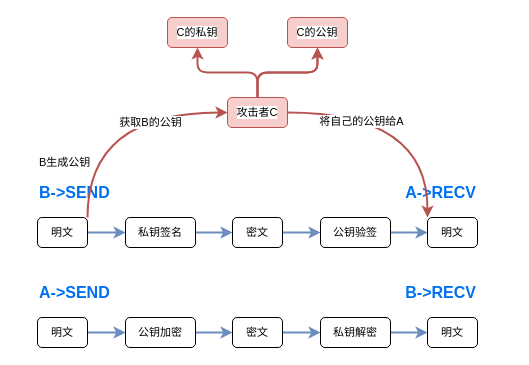
This is 非对称加密攻击图.drawio from Sagi-Rastar/SagiDrawio_public, a draw.io file, before an edit. Source tidied: cells renumbered, new cells numbered last; positions are measured from the earlier drawing's top-left corner, leaving out a move shared by most shapes. Both pictures are drawn from the tidied source at 100%, with x=0, y=0 at pixel (37, 17).
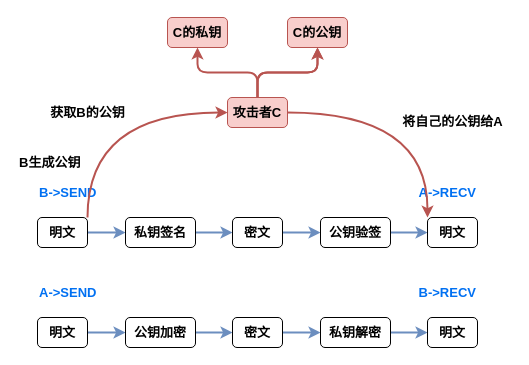
After the change.

Commit message:
更新非对称加密攻击图.drawio

Diff of the diagram source:
```diff
@@
-    <mxCell id="2" style="edgeStyle=orthogonalEdgeStyle;shape=connector;curved=0;rounded=1;jettySize=auto;html=1;shadow=0;strokeColor=#6c8ebf;strokeWidth=1.9685;align=center;verticalAlign=middle;fontFamily=Helvetica;fontSize=11;fontColor=default;labelBackgroundColor=default;endArrow=classic;fillColor=#dae8fc;" parent="1" edge="1" source="3" target="5">
+    <mxCell id="2" style="edgeStyle=orthogonalEdgeStyle;shape=connector;curved=0;rounded=1;jettySize=auto;html=1;shadow=0;strokeColor=#6c8ebf;strokeWidth=1.9685;align=center;verticalAlign=middle;fontFamily=Helvetica;fontSize=13;fontColor=default;labelBackgroundColor=none;endArrow=classic;fillColor=#dae8fc;fontStyle=1;" parent="1" edge="1" source="3" target="5">
       <mxGeometry relative="1" as="geometry" />
     </mxCell>
-    <mxCell id="3" value="明文" style="rounded=1;whiteSpace=wrap;html=1;fontFamily=Helvetica;fontSize=11;fontColor=default;labelBackgroundColor=default;strokeColor=default;align=center;verticalAlign=middle;fillColor=default;" parent="1" vertex="1">
+    <mxCell id="3" value="明文" style="rounded=1;whiteSpace=wrap;html=1;fontFamily=Helvetica;fontSize=13;fontColor=default;labelBackgroundColor=none;strokeColor=default;align=center;verticalAlign=middle;fillColor=default;fontStyle=1;" parent="1" vertex="1">
       <mxGeometry y="300" width="50" height="30" as="geometry" />
     </mxCell>
-    <mxCell id="4" style="edgeStyle=orthogonalEdgeStyle;shape=connector;curved=0;rounded=1;jettySize=auto;html=1;shadow=0;strokeColor=#6c8ebf;strokeWidth=1.9685;align=center;verticalAlign=middle;fontFamily=Helvetica;fontSize=11;fontColor=default;labelBackgroundColor=default;endArrow=classic;fillColor=#dae8fc;" parent="1" edge="1" source="5" target="7">
+    <mxCell id="4" style="edgeStyle=orthogonalEdgeStyle;shape=connector;curved=0;rounded=1;jettySize=auto;html=1;shadow=0;strokeColor=#6c8ebf;strokeWidth=1.9685;align=center;verticalAlign=middle;fontFamily=Helvetica;fontSize=13;fontColor=default;labelBackgroundColor=none;endArrow=classic;fillColor=#dae8fc;fontStyle=1;" parent="1" edge="1" source="5" target="7">
       <mxGeometry relative="1" as="geometry" />
     </mxCell>
-    <mxCell id="5" value="公钥加密" style="whiteSpace=wrap;html=1;fontSize=11;rounded=1;labelBackgroundColor=default;strokeColor=default;align=center;verticalAlign=middle;fontFamily=Helvetica;fontColor=default;fillColor=default;" parent="1" vertex="1">
+    <mxCell id="5" value="公钥加密" style="whiteSpace=wrap;html=1;fontSize=13;rounded=1;labelBackgroundColor=none;strokeColor=default;align=center;verticalAlign=middle;fontFamily=Helvetica;fontColor=default;fillColor=default;fontStyle=1;" parent="1" vertex="1">
       <mxGeometry x="88" y="300" width="70" height="30" as="geometry" />
     </mxCell>
-    <mxCell id="6" style="edgeStyle=orthogonalEdgeStyle;shape=connector;curved=0;rounded=1;jettySize=auto;html=1;shadow=0;strokeColor=#6c8ebf;strokeWidth=1.9685;align=center;verticalAlign=middle;fontFamily=Helvetica;fontSize=11;fontColor=default;labelBackgroundColor=default;endArrow=classic;fillColor=#dae8fc;" parent="1" edge="1" source="7" target="9">
+    <mxCell id="6" style="edgeStyle=orthogonalEdgeStyle;shape=connector;curved=0;rounded=1;jettySize=auto;html=1;shadow=0;strokeColor=#6c8ebf;strokeWidth=1.9685;align=center;verticalAlign=middle;fontFamily=Helvetica;fontSize=13;fontColor=default;labelBackgroundColor=none;endArrow=classic;fillColor=#dae8fc;fontStyle=1;" parent="1" edge="1" source="7" target="9">
       <mxGeometry relative="1" as="geometry" />
     </mxCell>
-    <mxCell id="7" value="密文" style="whiteSpace=wrap;html=1;fontSize=11;rounded=1;labelBackgroundColor=default;strokeColor=default;align=center;verticalAlign=middle;fontFamily=Helvetica;fontColor=default;fillColor=default;" parent="1" vertex="1">
+    <mxCell id="7" value="密文" style="whiteSpace=wrap;html=1;fontSize=13;rounded=1;labelBackgroundColor=none;strokeColor=default;align=center;verticalAlign=middle;fontFamily=Helvetica;fontColor=default;fillColor=default;fontStyle=1;" parent="1" vertex="1">
       <mxGeometry x="195" y="300" width="50" height="30" as="geometry" />
     </mxCell>
-    <mxCell id="8" style="edgeStyle=orthogonalEdgeStyle;shape=connector;curved=0;rounded=1;jettySize=auto;html=1;shadow=0;strokeColor=#6c8ebf;strokeWidth=1.9685;align=center;verticalAlign=middle;fontFamily=Helvetica;fontSize=11;fontColor=default;labelBackgroundColor=default;endArrow=classic;fillColor=#dae8fc;" parent="1" edge="1" source="9" target="10">
+    <mxCell id="8" style="edgeStyle=orthogonalEdgeStyle;shape=connector;curved=0;rounded=1;jettySize=auto;html=1;shadow=0;strokeColor=#6c8ebf;strokeWidth=1.9685;align=center;verticalAlign=middle;fontFamily=Helvetica;fontSize=13;fontColor=default;labelBackgroundColor=none;endArrow=classic;fillColor=#dae8fc;fontStyle=1;" parent="1" edge="1" source="9" target="10">
       <mxGeometry relative="1" as="geometry" />
     </mxCell>
-    <mxCell id="9" value="私钥解密" style="whiteSpace=wrap;html=1;fontSize=11;rounded=1;labelBackgroundColor=default;strokeColor=default;align=center;verticalAlign=middle;fontFamily=Helvetica;fontColor=default;fillColor=default;" parent="1" vertex="1">
+    <mxCell id="9" value="私钥解密" style="whiteSpace=wrap;html=1;fontSize=13;rounded=1;labelBackgroundColor=none;strokeColor=default;align=center;verticalAlign=middle;fontFamily=Helvetica;fontColor=default;fillColor=default;fontStyle=1;" parent="1" vertex="1">
       <mxGeometry x="283" y="300" width="70" height="30" as="geometry" />
     </mxCell>
-    <mxCell id="10" value="明文" style="whiteSpace=wrap;html=1;fontSize=11;rounded=1;labelBackgroundColor=default;strokeColor=default;align=center;verticalAlign=middle;fontFamily=Helvetica;fontColor=default;fillColor=default;" parent="1" vertex="1">
+    <mxCell id="10" value="明文" style="whiteSpace=wrap;html=1;fontSize=13;rounded=1;labelBackgroundColor=none;strokeColor=default;align=center;verticalAlign=middle;fontFamily=Helvetica;fontColor=default;fillColor=default;fontStyle=1;" parent="1" vertex="1">
       <mxGeometry x="390" y="300" width="50" height="30" as="geometry" />
     </mxCell>
-    <mxCell id="11" style="edgeStyle=orthogonalEdgeStyle;shape=connector;curved=0;rounded=1;jettySize=auto;html=1;shadow=0;strokeColor=#6c8ebf;strokeWidth=1.9685;align=center;verticalAlign=middle;fontFamily=Helvetica;fontSize=11;fontColor=default;labelBackgroundColor=default;endArrow=classic;fillColor=#dae8fc;" parent="1" edge="1" source="12" target="14">
+    <mxCell id="11" style="edgeStyle=orthogonalEdgeStyle;shape=connector;curved=0;rounded=1;jettySize=auto;html=1;shadow=0;strokeColor=#6c8ebf;strokeWidth=1.9685;align=center;verticalAlign=middle;fontFamily=Helvetica;fontSize=13;fontColor=default;labelBackgroundColor=none;endArrow=classic;fillColor=#dae8fc;fontStyle=1;" parent="1" edge="1" source="12" target="14">
       <mxGeometry relative="1" as="geometry" />
     </mxCell>
-    <mxCell id="12" value="明文" style="rounded=1;whiteSpace=wrap;html=1;fontFamily=Helvetica;fontSize=11;fontColor=default;labelBackgroundColor=default;strokeColor=default;align=center;verticalAlign=middle;fillColor=default;" parent="1" vertex="1">
+    <mxCell id="12" value="明文" style="rounded=1;whiteSpace=wrap;html=1;fontFamily=Helvetica;fontSize=13;fontColor=default;labelBackgroundColor=none;strokeColor=default;align=center;verticalAlign=middle;fillColor=default;fontStyle=1;" parent="1" vertex="1">
       <mxGeometry y="200" width="50" height="30" as="geometry" />
     </mxCell>
-    <mxCell id="13" style="edgeStyle=orthogonalEdgeStyle;shape=connector;curved=0;rounded=1;jettySize=auto;html=1;shadow=0;strokeColor=#6c8ebf;strokeWidth=1.9685;align=center;verticalAlign=middle;fontFamily=Helvetica;fontSize=11;fontColor=default;labelBackgroundColor=default;endArrow=classic;fillColor=#dae8fc;" parent="1" edge="1" source="14" target="16">
+    <mxCell id="13" style="edgeStyle=orthogonalEdgeStyle;shape=connector;curved=0;rounded=1;jettySize=auto;html=1;shadow=0;strokeColor=#6c8ebf;strokeWidth=1.9685;align=center;verticalAlign=middle;fontFamily=Helvetica;fontSize=13;fontColor=default;labelBackgroundColor=none;endArrow=classic;fillColor=#dae8fc;fontStyle=1;" parent="1" edge="1" source="14" target="16">
       <mxGeometry relative="1" as="geometry" />
     </mxCell>
-    <mxCell id="14" value="私钥签名" style="whiteSpace=wrap;html=1;fontSize=11;rounded=1;labelBackgroundColor=default;strokeColor=default;align=center;verticalAlign=middle;fontFamily=Helvetica;fontColor=default;fillColor=default;" parent="1" vertex="1">
+    <mxCell id="14" value="私钥签名" style="whiteSpace=wrap;html=1;fontSize=13;rounded=1;labelBackgroundColor=none;strokeColor=default;align=center;verticalAlign=middle;fontFamily=Helvetica;fontColor=default;fillColor=default;fontStyle=1;" parent="1" vertex="1">
       <mxGeometry x="88" y="200" width="70" height="30" as="geometry" />
     </mxCell>
-    <mxCell id="15" style="edgeStyle=orthogonalEdgeStyle;shape=connector;curved=0;rounded=1;jettySize=auto;html=1;shadow=0;strokeColor=#6c8ebf;strokeWidth=1.9685;align=center;verticalAlign=middle;fontFamily=Helvetica;fontSize=11;fontColor=default;labelBackgroundColor=default;endArrow=classic;fillColor=#dae8fc;" parent="1" edge="1" source="16" target="18">
+    <mxCell id="15" style="edgeStyle=orthogonalEdgeStyle;shape=connector;curved=0;rounded=1;jettySize=auto;html=1;shadow=0;strokeColor=#6c8ebf;strokeWidth=1.9685;align=center;verticalAlign=middle;fontFamily=Helvetica;fontSize=13;fontColor=default;labelBackgroundColor=none;endArrow=classic;fillColor=#dae8fc;fontStyle=1;" parent="1" edge="1" source="16" target="18">
       <mxGeometry relative="1" as="geometry" />
     </mxCell>
-    <mxCell id="16" value="密文" style="whiteSpace=wrap;html=1;fontSize=11;rounded=1;labelBackgroundColor=default;strokeColor=default;align=center;verticalAlign=middle;fontFamily=Helvetica;fontColor=default;fillColor=default;" parent="1" vertex="1">
+    <mxCell id="16" value="密文" style="whiteSpace=wrap;html=1;fontSize=13;rounded=1;labelBackgroundColor=none;strokeColor=default;align=center;verticalAlign=middle;fontFamily=Helvetica;fontColor=default;fillColor=default;fontStyle=1;" parent="1" vertex="1">
       <mxGeometry x="195" y="200" width="50" height="30" as="geometry" />
     </mxCell>
-    <mxCell id="17" style="edgeStyle=orthogonalEdgeStyle;shape=connector;curved=0;rounded=1;jettySize=auto;html=1;shadow=0;strokeColor=#6c8ebf;strokeWidth=1.9685;align=center;verticalAlign=middle;fontFamily=Helvetica;fontSize=11;fontColor=default;labelBackgroundColor=default;endArrow=classic;fillColor=#dae8fc;" parent="1" edge="1" source="18" target="19">
+    <mxCell id="17" style="edgeStyle=orthogonalEdgeStyle;shape=connector;curved=0;rounded=1;jettySize=auto;html=1;shadow=0;strokeColor=#6c8ebf;strokeWidth=1.9685;align=center;verticalAlign=middle;fontFamily=Helvetica;fontSize=13;fontColor=default;labelBackgroundColor=none;endArrow=classic;fillColor=#dae8fc;fontStyle=1;" parent="1" edge="1" source="18" target="19">
       <mxGeometry relative="1" as="geometry" />
     </mxCell>
-    <mxCell id="18" value="公钥验签" style="whiteSpace=wrap;html=1;fontSize=11;rounded=1;labelBackgroundColor=default;strokeColor=default;align=center;verticalAlign=middle;fontFamily=Helvetica;fontColor=default;fillColor=default;" parent="1" vertex="1">
+    <mxCell id="18" value="公钥验签" style="whiteSpace=wrap;html=1;fontSize=13;rounded=1;labelBackgroundColor=none;strokeColor=default;align=center;verticalAlign=middle;fontFamily=Helvetica;fontColor=default;fillColor=default;fontStyle=1;" parent="1" vertex="1">
       <mxGeometry x="283" y="200" width="70" height="30" as="geometry" />
     </mxCell>
-    <mxCell id="19" value="明文" style="whiteSpace=wrap;html=1;fontSize=11;rounded=1;labelBackgroundColor=default;strokeColor=default;align=center;verticalAlign=middle;fontFamily=Helvetica;fontColor=default;fillColor=default;" parent="1" vertex="1">
+    <mxCell id="19" value="明文" style="whiteSpace=wrap;html=1;fontSize=13;rounded=1;labelBackgroundColor=none;strokeColor=default;align=center;verticalAlign=middle;fontFamily=Helvetica;fontColor=default;fillColor=default;fontStyle=1;" parent="1" vertex="1">
       <mxGeometry x="390" y="200" width="50" height="30" as="geometry" />
     </mxCell>
-    <mxCell id="20" value="B-&amp;gt;SEND" style="text;html=1;align=left;verticalAlign=middle;strokeColor=none;fillColor=none;fontSize=16;fontColor=#0070F2;fontFamily=Helvetica;fontStyle=1;rounded=1;" parent="1" vertex="1">
-      <mxGeometry y="160" width="90" height="30" as="geometry" />
+    <mxCell id="20" value="B-&amp;gt;SEND" style="text;html=1;align=left;verticalAlign=middle;strokeColor=none;fillColor=none;fontSize=13;fontColor=#0070F2;fontFamily=Helvetica;fontStyle=1;rounded=1;labelBackgroundColor=none;" parent="1" vertex="1">
+      <mxGeometry y="160" width="80" height="30" as="geometry" />
     </mxCell>
-    <mxCell id="21" value="A-&amp;gt;SEND" style="text;html=1;align=left;verticalAlign=middle;strokeColor=none;fillColor=none;fontSize=16;fontColor=#0070F2;fontFamily=Helvetica;fontStyle=1;rounded=1;" parent="1" vertex="1">
-      <mxGeometry y="260" width="90" height="30" as="geometry" />
+    <mxCell id="21" value="A-&amp;gt;SEND" style="text;html=1;align=left;verticalAlign=middle;strokeColor=none;fillColor=none;fontSize=13;fontColor=#0070F2;fontFamily=Helvetica;fontStyle=1;rounded=1;labelBackgroundColor=none;" parent="1" vertex="1">
+      <mxGeometry y="260" width="80" height="30" as="geometry" />
     </mxCell>
-    <mxCell id="22" value="B-&amp;gt;RECV" style="text;html=1;align=right;verticalAlign=middle;strokeColor=none;fillColor=none;fontSize=16;fontColor=#0070F2;fontFamily=Helvetica;fontStyle=1;rounded=1;" parent="1" vertex="1">
-      <mxGeometry x="350" y="260" width="90" height="30" as="geometry" />
+    <mxCell id="22" value="B-&amp;gt;RECV" style="text;html=1;align=right;verticalAlign=middle;strokeColor=none;fillColor=none;fontSize=13;fontColor=#0070F2;fontFamily=Helvetica;fontStyle=1;rounded=1;labelBackgroundColor=none;" parent="1" vertex="1">
+      <mxGeometry x="360" y="260" width="80" height="30" as="geometry" />
     </mxCell>
-    <mxCell id="23" value="A-&amp;gt;RECV" style="text;html=1;align=right;verticalAlign=middle;strokeColor=none;fillColor=none;fontSize=16;fontColor=#0070F2;fontFamily=Helvetica;fontStyle=1;rounded=1;" parent="1" vertex="1">
-      <mxGeometry x="350" y="160" width="90" height="30" as="geometry" />
+    <mxCell id="23" value="A-&amp;gt;RECV" style="text;html=1;align=right;verticalAlign=middle;strokeColor=none;fillColor=none;fontSize=13;fontColor=#0070F2;fontFamily=Helvetica;fontStyle=1;rounded=1;labelBackgroundColor=none;" parent="1" vertex="1">
+      <mxGeometry x="360" y="160" width="80" height="30" as="geometry" />
     </mxCell>
-    <mxCell id="24" value="B生成公钥" style="text;html=1;align=left;verticalAlign=middle;strokeColor=none;fillColor=none;fontFamily=Helvetica;fontSize=11;fontColor=default;labelBackgroundColor=none;rounded=1;" parent="1" vertex="1">
-      <mxGeometry y="130" width="70" height="30" as="geometry" />
+    <mxCell id="24" value="B生成公钥" style="text;html=1;align=left;verticalAlign=middle;strokeColor=none;fillColor=none;fontFamily=Helvetica;fontSize=13;fontColor=default;labelBackgroundColor=none;rounded=1;fontStyle=1;" parent="1" vertex="1">
+      <mxGeometry x="-20" y="130" width="80" height="30" as="geometry" />
     </mxCell>
-    <mxCell id="25" style="edgeStyle=orthogonalEdgeStyle;shape=connector;curved=0;rounded=1;jettySize=auto;html=1;shadow=0;strokeColor=#b85450;strokeWidth=1.9685;align=center;verticalAlign=middle;fontFamily=Helvetica;fontSize=11;fontColor=default;labelBackgroundColor=none;endArrow=classic;fillColor=#f8cecc;" parent="1" edge="1" source="28" target="29">
+    <mxCell id="25" style="edgeStyle=orthogonalEdgeStyle;shape=connector;curved=0;rounded=1;jettySize=auto;html=1;shadow=0;strokeColor=#b85450;strokeWidth=1.9685;align=center;verticalAlign=middle;fontFamily=Helvetica;fontSize=13;fontColor=default;labelBackgroundColor=none;endArrow=classic;fillColor=#f8cecc;fontStyle=1;" parent="1" edge="1" source="28" target="29">
       <mxGeometry relative="1" as="geometry" />
     </mxCell>
-    <mxCell id="26" style="edgeStyle=orthogonalEdgeStyle;shape=connector;curved=0;rounded=1;jettySize=auto;html=1;shadow=0;strokeColor=#b85450;strokeWidth=1.9685;align=center;verticalAlign=middle;fontFamily=Helvetica;fontSize=11;fontColor=default;labelBackgroundColor=none;endArrow=classic;fillColor=#f8cecc;" parent="1" edge="1" source="28" target="29">
+    <mxCell id="26" style="edgeStyle=orthogonalEdgeStyle;shape=connector;curved=0;rounded=1;jettySize=auto;html=1;shadow=0;strokeColor=#b85450;strokeWidth=1.9685;align=center;verticalAlign=middle;fontFamily=Helvetica;fontSize=13;fontColor=default;labelBackgroundColor=none;endArrow=classic;fillColor=#f8cecc;fontStyle=1;" parent="1" edge="1" source="28" target="29">
       <mxGeometry relative="1" as="geometry" />
     </mxCell>
-    <mxCell id="27" style="edgeStyle=orthogonalEdgeStyle;shape=connector;curved=0;rounded=1;jettySize=auto;html=1;exitX=0.5;exitY=0;exitDx=0;exitDy=0;entryX=0.5;entryY=1;entryDx=0;entryDy=0;shadow=0;strokeColor=#b85450;strokeWidth=1.9685;align=center;verticalAlign=middle;fontFamily=Helvetica;fontSize=11;fontColor=default;labelBackgroundColor=none;endArrow=classic;fillColor=#f8cecc;" parent="1" edge="1" source="28" target="30">
+    <mxCell id="27" style="edgeStyle=orthogonalEdgeStyle;shape=connector;curved=0;rounded=1;jettySize=auto;html=1;exitX=0.5;exitY=0;exitDx=0;exitDy=0;entryX=0.5;entryY=1;entryDx=0;entryDy=0;shadow=0;strokeColor=#b85450;strokeWidth=1.9685;align=center;verticalAlign=middle;fontFamily=Helvetica;fontSize=13;fontColor=default;labelBackgroundColor=none;endArrow=classic;fillColor=#f8cecc;fontStyle=1;" parent="1" edge="1" source="28" target="30">
       <mxGeometry relative="1" as="geometry" />
     </mxCell>
-    <mxCell id="28" value="攻击者C" style="whiteSpace=wrap;html=1;fontFamily=Helvetica;fontSize=11;labelBackgroundColor=default;rounded=1;fillColor=#f8cecc;strokeColor=#b85450;" parent="1" vertex="1">
+    <mxCell id="28" value="攻击者C" style="whiteSpace=wrap;html=1;fontFamily=Helvetica;fontSize=13;labelBackgroundColor=none;rounded=1;fillColor=#f8cecc;strokeColor=#b85450;fontStyle=1;" parent="1" vertex="1">
       <mxGeometry x="190" y="80" width="60" height="30" as="geometry" />
     </mxCell>
-    <mxCell id="29" value="C的公钥" style="whiteSpace=wrap;html=1;fontFamily=Helvetica;fontSize=11;labelBackgroundColor=default;rounded=1;fillColor=#f8cecc;strokeColor=#b85450;" parent="1" vertex="1">
+    <mxCell id="29" value="C的公钥" style="whiteSpace=wrap;html=1;fontFamily=Helvetica;fontSize=13;labelBackgroundColor=none;rounded=1;fillColor=#f8cecc;strokeColor=#b85450;fontStyle=1;" parent="1" vertex="1">
       <mxGeometry x="250" width="60" height="30" as="geometry" />
     </mxCell>
-    <mxCell id="30" value="C的私钥" style="whiteSpace=wrap;html=1;fontFamily=Helvetica;fontSize=11;labelBackgroundColor=default;rounded=1;fillColor=#f8cecc;strokeColor=#b85450;" parent="1" vertex="1">
+    <mxCell id="30" value="C的私钥" style="whiteSpace=wrap;html=1;fontFamily=Helvetica;fontSize=13;labelBackgroundColor=none;rounded=1;fillColor=#f8cecc;strokeColor=#b85450;fontStyle=1;" parent="1" vertex="1">
       <mxGeometry x="130" width="60" height="30" as="geometry" />
     </mxCell>
-    <mxCell id="31" style="edgeStyle=orthogonalEdgeStyle;shape=connector;curved=1;rounded=1;jettySize=auto;html=1;exitX=1;exitY=0;exitDx=0;exitDy=0;entryX=0;entryY=0.5;entryDx=0;entryDy=0;shadow=0;strokeColor=#b85450;strokeWidth=1.9685;align=center;verticalAlign=middle;fontFamily=Helvetica;fontSize=11;fontColor=default;labelBackgroundColor=none;endArrow=classic;fillColor=#f8cecc;" parent="1" edge="1" source="12" target="28">
+    <mxCell id="31" style="edgeStyle=orthogonalEdgeStyle;shape=connector;curved=1;rounded=1;jettySize=auto;html=1;exitX=1;exitY=0;exitDx=0;exitDy=0;entryX=0;entryY=0.5;entryDx=0;entryDy=0;shadow=0;strokeColor=#b85450;strokeWidth=1.9685;align=center;verticalAlign=middle;fontFamily=Helvetica;fontSize=13;fontColor=default;labelBackgroundColor=none;endArrow=classic;fillColor=#f8cecc;fontStyle=1;" parent="1" edge="1" source="12" target="28">
       <mxGeometry relative="1" as="geometry" />
     </mxCell>
-    <mxCell id="32" value="获取B的公钥" style="edgeLabel;html=1;align=center;verticalAlign=middle;fontFamily=Helvetica;fontSize=11;labelBackgroundColor=default;rounded=1;" parent="31" vertex="1">
-      <mxGeometry x="0.59" y="-4" width="90" height="30" relative="1" as="geometry">
-        <mxPoint x="-72" y="-9" as="offset" />
+    <mxCell id="32" value="获取B的公钥" style="edgeLabel;html=1;align=center;verticalAlign=middle;fontFamily=Helvetica;fontSize=13;labelBackgroundColor=none;rounded=1;fontStyle=1;" parent="31" vertex="1">
+      <mxGeometry x="0.59" y="-4" width="100" height="30" relative="1" as="geometry">
+        <mxPoint x="-140" y="-19" as="offset" />
       </mxGeometry>
     </mxCell>
-    <mxCell id="33" style="edgeStyle=orthogonalEdgeStyle;shape=connector;curved=1;rounded=1;jettySize=auto;html=1;exitX=1;exitY=0.5;exitDx=0;exitDy=0;entryX=0;entryY=0;entryDx=0;entryDy=0;shadow=0;strokeColor=#b85450;strokeWidth=1.9685;align=center;verticalAlign=middle;fontFamily=Helvetica;fontSize=11;fontColor=default;labelBackgroundColor=none;endArrow=classic;fillColor=#f8cecc;" parent="1" edge="1" source="28" target="19">
+    <mxCell id="33" style="edgeStyle=orthogonalEdgeStyle;shape=connector;curved=1;rounded=1;jettySize=auto;html=1;exitX=1;exitY=0.5;exitDx=0;exitDy=0;entryX=0;entryY=0;entryDx=0;entryDy=0;shadow=0;strokeColor=#b85450;strokeWidth=1.9685;align=center;verticalAlign=middle;fontFamily=Helvetica;fontSize=13;fontColor=default;labelBackgroundColor=none;endArrow=classic;fillColor=#f8cecc;fontStyle=1;" parent="1" edge="1" source="28" target="19">
       <mxGeometry relative="1" as="geometry" />
     </mxCell>
-    <mxCell id="34" value="将自己的公钥给A" style="edgeLabel;html=1;align=center;verticalAlign=middle;fontFamily=Helvetica;fontSize=11;fontColor=default;labelBackgroundColor=default;fillColor=none;gradientColor=none;rounded=1;" parent="33" vertex="1">
-      <mxGeometry x="-0.4" y="-9" width="110" height="30" relative="1" as="geometry">
-        <mxPoint x="-55" y="-15" as="offset" />
+    <mxCell id="34" value="将自己的公钥给A" style="edgeLabel;html=1;align=center;verticalAlign=middle;fontFamily=Helvetica;fontSize=13;fontColor=default;labelBackgroundColor=none;fillColor=none;gradientColor=none;rounded=1;fontStyle=1;" parent="33" vertex="1">
+      <mxGeometry x="-0.4" y="-9" width="120" height="30" relative="1" as="geometry">
+        <mxPoint x="31" y="-15" as="offset" />
       </mxGeometry>
     </mxCell>
```
